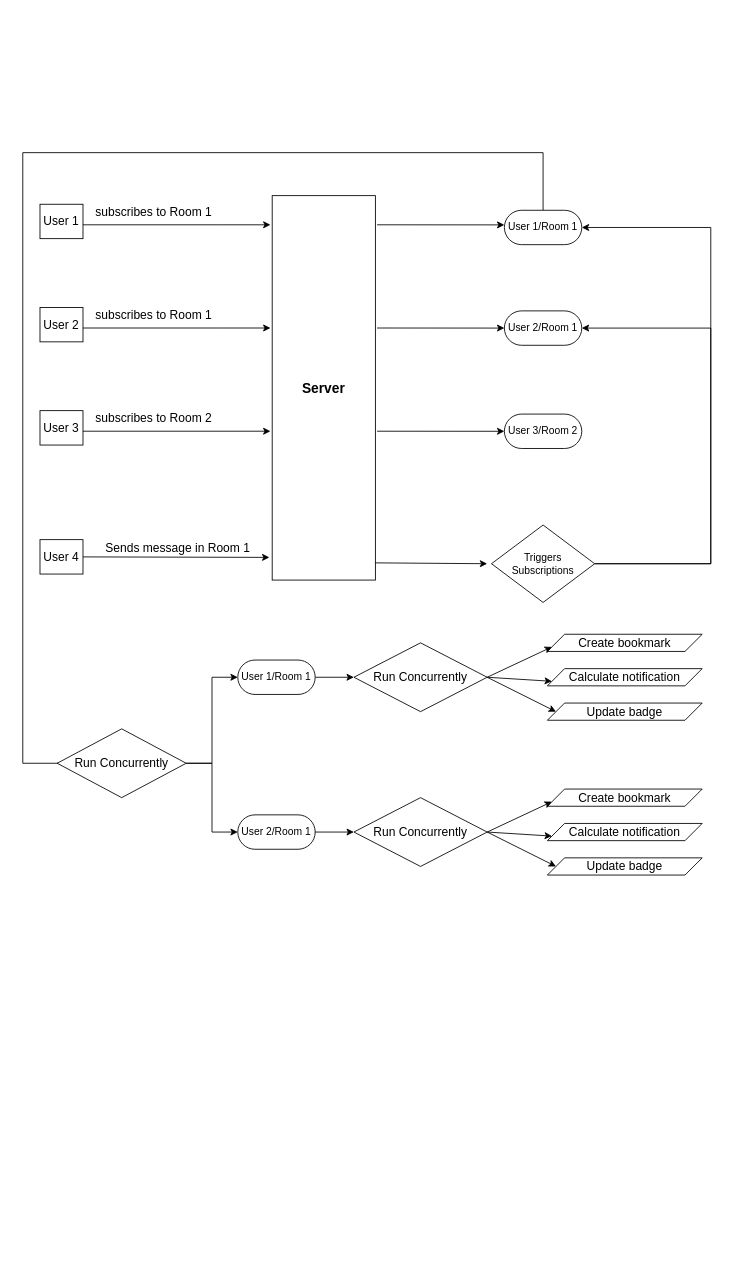
The draw.io diagram docs/New Message Subscription.drawio in rafbgarcia/conn, before the edit. Source tidied: cells renumbered, new cells numbered last; positions are measured from the earlier drawing's top-left corner, leaving out a move shared by most shapes. Both pictures are drawn from the tidied source at 86%, with x=0, y=0 at pixel (22, 152).
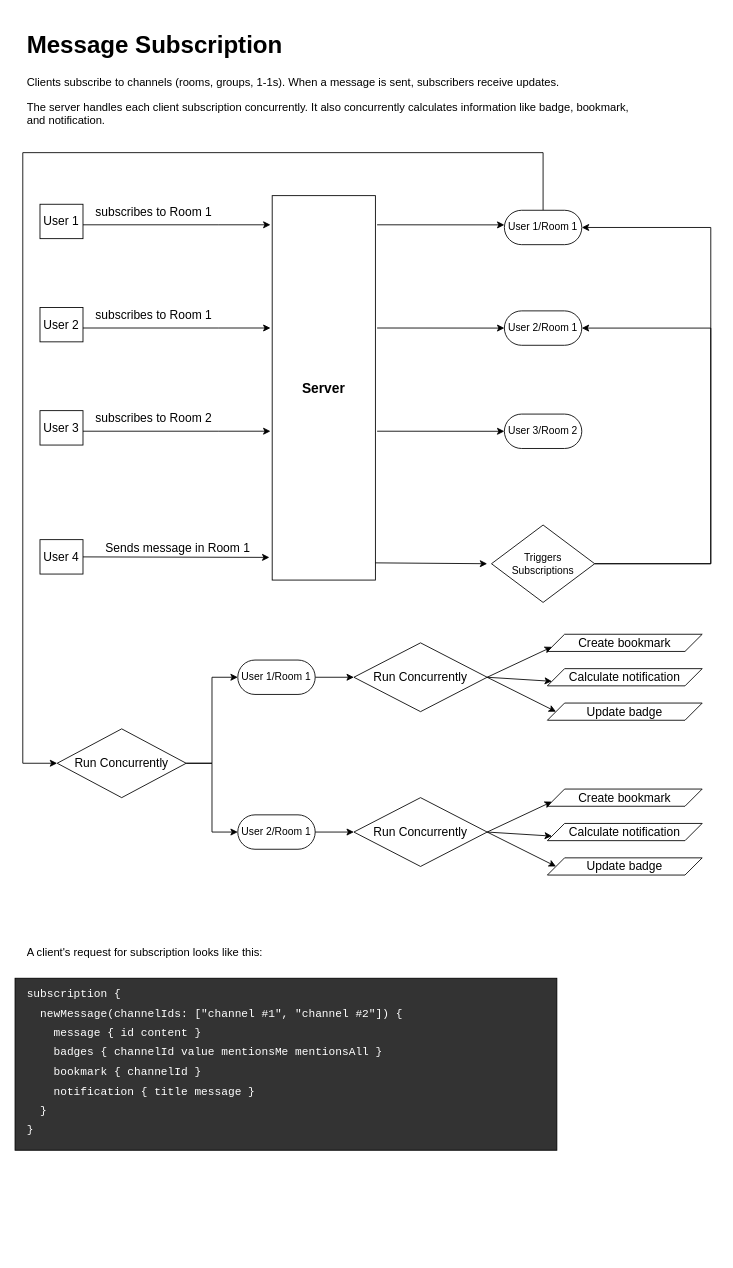
After the change.

The change refers to these unchanged cells:
```xml
<mxCell id="3" value="User 1/Room 1" style="rounded=1;whiteSpace=wrap;html=1;arcSize=50;" parent="1" vertex="1">
  <mxGeometry x="560" y="67" width="90" height="40" as="geometry" />
</mxCell>
<mxCell id="31" value="Run Concurrently" style="rhombus;whiteSpace=wrap;html=1;fontSize=14;" parent="1" vertex="1">
  <mxGeometry x="40" y="670" width="150" height="80" as="geometry" />
</mxCell>
```

The edit, as a diff of the source:
```diff
@@
+    <mxCell id="47" style="rounded=0;whiteSpace=wrap;html=1;fontSize=14;fillColor=#333333;" parent="1" vertex="1">
+      <mxGeometry x="-9" y="960" width="630" height="200" as="geometry" />
+    </mxCell>
-    <mxCell id="2" style="edgeStyle=orthogonalEdgeStyle;rounded=0;jettySize=auto;html=1;fontSize=14;entryX=0;entryY=0.5;entryDx=0;entryDy=0;" parent="1" edge="1" source="3">
+    <mxCell id="2" style="edgeStyle=orthogonalEdgeStyle;rounded=0;jettySize=auto;html=1;fontSize=14;entryX=0;entryY=0.5;entryDx=0;entryDy=0;" parent="1" edge="1" source="3" target="31">
       <mxGeometry relative="1" as="geometry">
-        <mxPoint x="80" y="710" as="targetPoint" />
         <Array as="points">
           <mxPoint x="605" />
           <mxPoint />
           <mxPoint y="710" />
         </Array>
       </mxGeometry>
     </mxCell>
@@
+    <mxCell id="48" value="&lt;p style=&quot;line-height: 90%&quot;&gt;&lt;/p&gt;&lt;h1&gt;Message Subscription&amp;nbsp;&lt;/h1&gt;&lt;p style=&quot;font-size: 13px&quot;&gt;&lt;font style=&quot;font-size: 13px&quot;&gt;Clients subscribe to channels (rooms, groups, 1-1s).&amp;nbsp;&lt;span&gt;When a message is sent, subscribers&lt;/span&gt;&lt;span&gt;&amp;nbsp;receive updates.&lt;/span&gt;&lt;/font&gt;&lt;/p&gt;&lt;p style=&quot;font-size: 13px&quot;&gt;&lt;font style=&quot;font-size: 13px&quot;&gt;The server handles each client subscription concurrently. It also concurrently calculates information like badge, bookmark, and notification.&lt;/font&gt;&lt;/p&gt;&lt;p&gt;&lt;/p&gt;" style="text;html=1;strokeColor=none;fillColor=none;spacing=5;spacingTop=-20;whiteSpace=wrap;overflow=hidden;rounded=0;fontSize=14;" parent="1" vertex="1">
+      <mxGeometry y="-150" width="730" height="130" as="geometry" />
+    </mxCell>
+    <mxCell id="49" value="&lt;p style=&quot;line-height: 0%&quot;&gt;&lt;/p&gt;&lt;h1 style=&quot;line-height: 100% ; font-size: 13px&quot;&gt;&lt;font style=&quot;font-size: 13px ; font-weight: normal&quot;&gt;A client's request for subscription looks like this:&lt;/font&gt;&lt;/h1&gt;&lt;div&gt;&lt;font style=&quot;font-size: 13px ; font-weight: normal&quot;&gt;&lt;br&gt;&lt;/font&gt;&lt;/div&gt;&lt;h1 style=&quot;line-height: 100% ; font-size: 13px&quot;&gt;&lt;font style=&quot;font-size: 13px ; font-weight: normal&quot; face=&quot;Courier New&quot; color=&quot;#ffffff&quot;&gt;subscription {&lt;/font&gt;&lt;/h1&gt;&lt;h1 style=&quot;line-height: 100% ; font-size: 13px&quot;&gt;&lt;font style=&quot;font-size: 13px ; font-weight: normal&quot; face=&quot;Courier New&quot; color=&quot;#ffffff&quot;&gt;&amp;nbsp; newMessage(channelIds: [&quot;channel #1&quot;, &quot;channel #2&quot;]) {&lt;/font&gt;&lt;/h1&gt;&lt;h1 style=&quot;line-height: 100% ; font-size: 13px&quot;&gt;&lt;font style=&quot;font-size: 13px ; font-weight: normal&quot; face=&quot;Courier New&quot; color=&quot;#ffffff&quot;&gt;&amp;nbsp; &amp;nbsp; message { id content }&lt;/font&gt;&lt;/h1&gt;&lt;h1 style=&quot;line-height: 100% ; font-size: 13px&quot;&gt;&lt;font style=&quot;font-size: 13px ; font-weight: normal&quot; face=&quot;Courier New&quot; color=&quot;#ffffff&quot;&gt;&amp;nbsp; &amp;nbsp; badges { channelId value mentionsMe mentionsAll }&lt;/font&gt;&lt;/h1&gt;&lt;h1 style=&quot;line-height: 100% ; font-size: 13px&quot;&gt;&lt;font style=&quot;font-size: 13px ; font-weight: normal&quot; face=&quot;Courier New&quot; color=&quot;#ffffff&quot;&gt;&amp;nbsp; &amp;nbsp; bookmark { channelId }&lt;/font&gt;&lt;/h1&gt;&lt;h1 style=&quot;line-height: 100% ; font-size: 13px&quot;&gt;&lt;font style=&quot;font-size: 13px ; font-weight: normal&quot; face=&quot;Courier New&quot; color=&quot;#ffffff&quot;&gt;&amp;nbsp; &amp;nbsp; notification { title message }&lt;/font&gt;&lt;/h1&gt;&lt;h1 style=&quot;line-height: 100% ; font-size: 13px&quot;&gt;&lt;font style=&quot;font-size: 13px ; font-weight: normal&quot; face=&quot;Courier New&quot; color=&quot;#ffffff&quot;&gt;&amp;nbsp; }&lt;/font&gt;&lt;/h1&gt;&lt;h1 style=&quot;line-height: 100% ; font-size: 13px&quot;&gt;&lt;font style=&quot;font-size: 13px ; font-weight: normal&quot; face=&quot;Courier New&quot; color=&quot;#ffffff&quot;&gt;}&lt;/font&gt;&lt;/h1&gt;&lt;div style=&quot;font-size: 13px&quot;&gt;&lt;br&gt;&lt;/div&gt;&lt;p&gt;&lt;/p&gt;" style="text;html=1;strokeColor=none;fillColor=none;spacing=5;spacingTop=-20;whiteSpace=wrap;overflow=hidden;rounded=0;fontSize=14;" parent="1" vertex="1">
+      <mxGeometry y="920" width="740" height="360" as="geometry" />
+    </mxCell>
```
